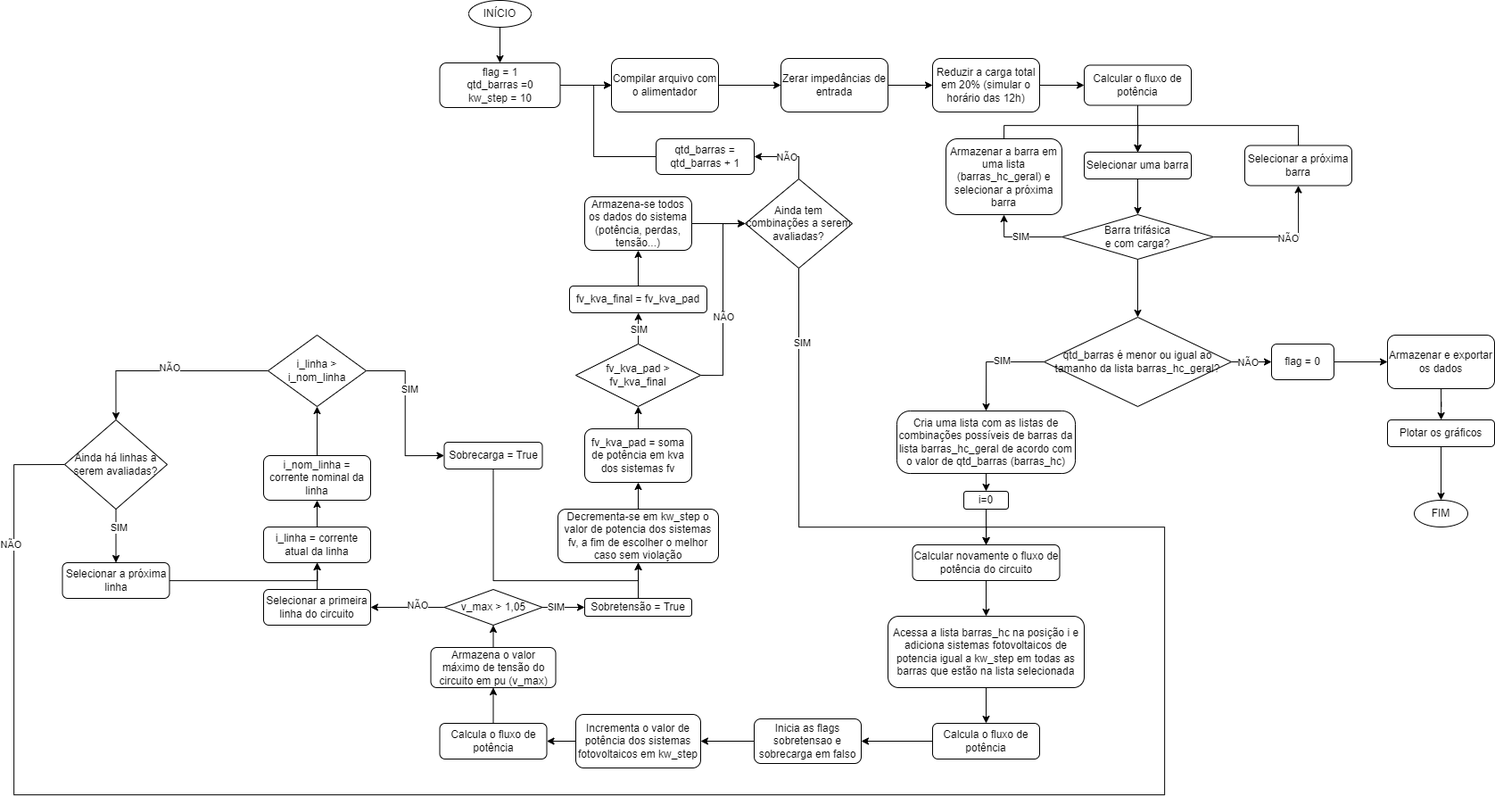
This is metodologia hc.drawio.png from leojms/hosting-capacity, a draw.io export, as it was before one commit. Source tidied: cells renumbered, new cells last; positions are measured from the earlier drawing's top-left corner, leaving out a move shared by most shapes.
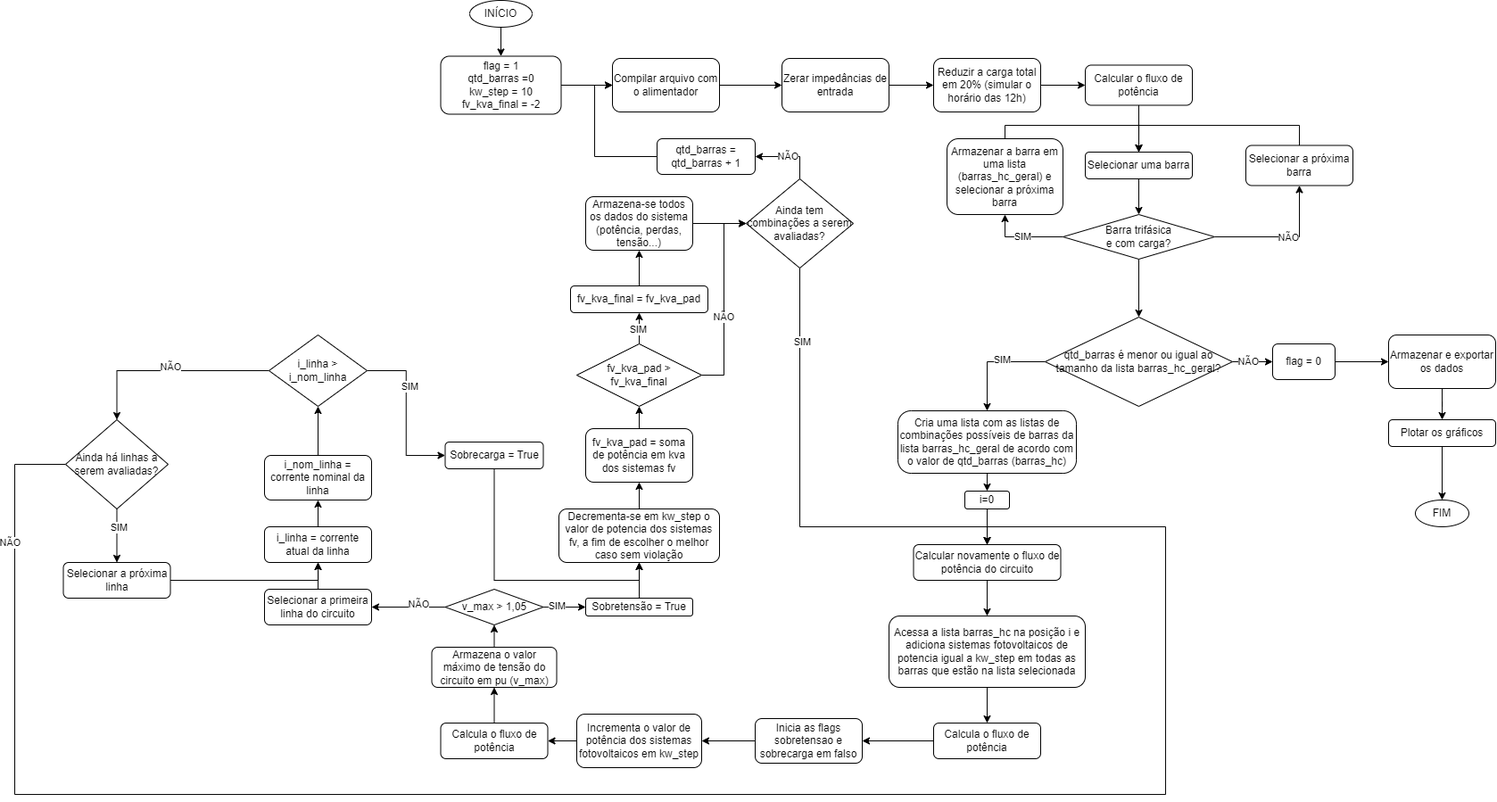
After the commit.

What changed in the source:
```diff
@@ -11,8 +11,8 @@
     <mxCell id="4" style="edgeStyle=orthogonalEdgeStyle;rounded=0;jettySize=auto;html=1;exitX=1;exitY=0.5;exitDx=0;exitDy=0;" parent="1" edge="1" source="5" target="7">
       <mxGeometry relative="1" as="geometry" />
     </mxCell>
-    <mxCell id="5" value="flag = 1&lt;br&gt;qtd_barras =0&lt;br&gt;kw_step = 10" style="rounded=1;whiteSpace=wrap;html=1;" parent="1" vertex="1">
-      <mxGeometry x="477.5" y="70" width="135" height="50" as="geometry" />
+    <mxCell id="5" value="flag = 1&lt;br&gt;qtd_barras =0&lt;br&gt;kw_step = 10&lt;br&gt;fv_kva_final = -2" style="rounded=1;whiteSpace=wrap;html=1;" parent="1" vertex="1">
+      <mxGeometry x="477.5" y="62.5" width="135" height="65" as="geometry" />
     </mxCell>
     <mxCell id="6" style="edgeStyle=orthogonalEdgeStyle;rounded=0;jettySize=auto;html=1;exitX=1;exitY=0.5;exitDx=0;exitDy=0;entryX=0;entryY=0.5;entryDx=0;entryDy=0;" parent="1" edge="1" source="7" target="9">
       <mxGeometry relative="1" as="geometry" />
```
